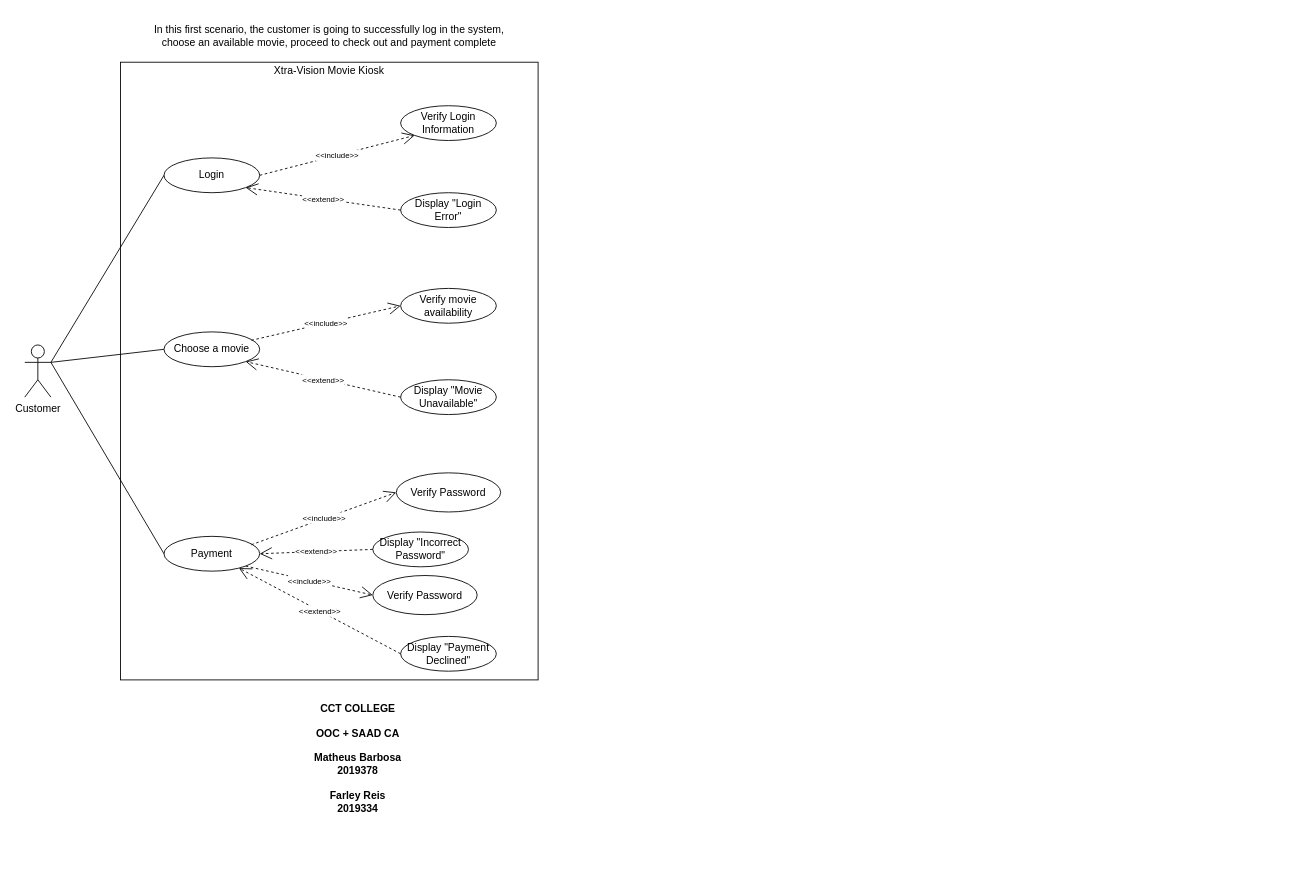
Before: Xtra-Vision Use Case Scenarios.drawio in farleyreis/Xtra-Vision, a draw.io diagram. Source tidied: cells renumbered, new cells numbered last; positions are measured from the earlier drawing's top-left corner, leaving out a move shared by most shapes. Both pictures are drawn from the tidied source at 87%, with x=0, y=0 at pixel (24, 27).
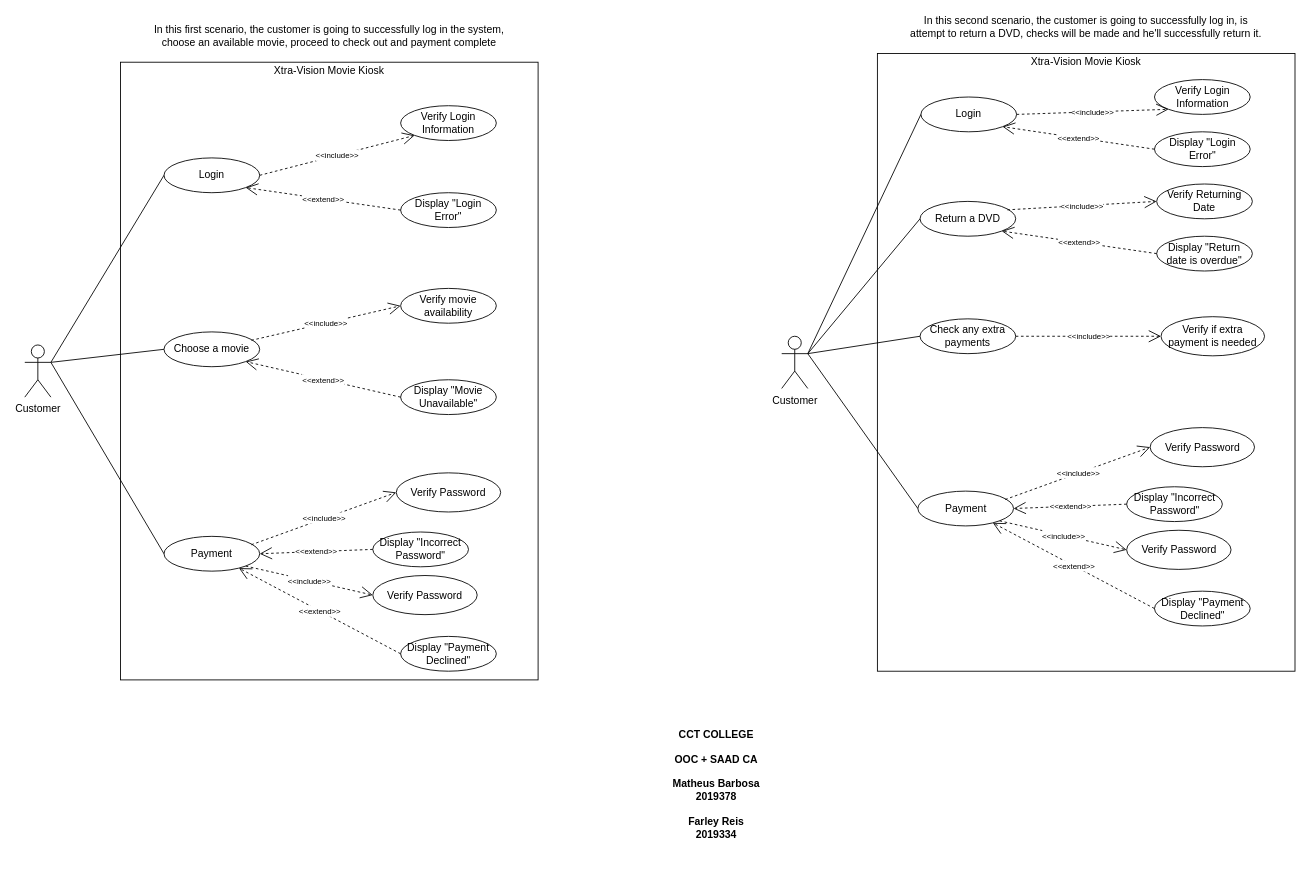
After the change.

Commit message:
SECOND Xtra-Vision Use Case Scenarios

What changed in the source:
```diff
@@
     <mxCell id="18" value="&lt;b&gt;CCT COLLEGE&lt;/b&gt;&lt;br&gt;&lt;br&gt;&lt;b&gt;OOC + SAAD CA&lt;/b&gt;&lt;br&gt;&lt;br&gt;&lt;b&gt;Matheus Barbosa 2019378&lt;/b&gt;&lt;br&gt;&lt;br&gt;&lt;b&gt;Farley Reis &lt;br&gt;2019334&lt;/b&gt;" style="text;html=1;strokeColor=none;fillColor=none;align=center;verticalAlign=middle;whiteSpace=wrap;rounded=0;" parent="1" vertex="1">
-      <mxGeometry x="308" y="730" width="150" height="220" as="geometry" />
+      <mxGeometry x="720" y="760" width="150" height="220" as="geometry" />
     </mxCell>
@@
+    <mxCell id="29" value="Customer" style="shape=umlActor;verticalLabelPosition=bottom;verticalAlign=top;html=1;" parent="1" vertex="1">
+      <mxGeometry x="870" y="355" width="30" height="60" as="geometry" />
+    </mxCell>
+    <mxCell id="30" style="html=1;" parent="1" vertex="1">
+      <mxGeometry x="980" y="30" width="480" height="710" as="geometry" />
+    </mxCell>
+    <mxCell id="31" value="Xtra-Vision Movie Kiosk" style="text;html=1;strokeColor=none;fillColor=none;align=center;verticalAlign=middle;whiteSpace=wrap;rounded=0;" parent="1" vertex="1">
+      <mxGeometry x="1150" y="30" width="140" height="20" as="geometry" />
+    </mxCell>
+    <mxCell id="32" value="Login" style="ellipse;whiteSpace=wrap;html=1;" parent="1" vertex="1">
+      <mxGeometry x="1030" y="80" width="110" height="40" as="geometry" />
+    </mxCell>
+    <mxCell id="33" style="endArrow=none;html=1;exitX=1;exitY=0.3333333333333333;exitDx=0;exitDy=0;exitPerimeter=0;entryX=0;entryY=0.5;entryDx=0;entryDy=0;" parent="1" edge="1" source="29" target="32">
+      <mxGeometry relative="1" as="geometry" />
+    </mxCell>
+    <mxCell id="34" value="In this second scenario, the customer is going to successfully log in, is attempt to return a DVD, checks will be made and he'll successfully return it." style="text;html=1;strokeColor=none;fillColor=none;align=center;verticalAlign=middle;whiteSpace=wrap;rounded=0;" parent="1" vertex="1">
+      <mxGeometry x="1015" y="-10" width="410" height="20" as="geometry" />
+    </mxCell>
+    <mxCell id="35" value="Display &quot;Login Error&quot;" style="ellipse;whiteSpace=wrap;html=1;" parent="1" vertex="1">
+      <mxGeometry x="1298.5" y="120" width="110" height="40" as="geometry" />
+    </mxCell>
+    <mxCell id="36" value="Verify Login Information" style="ellipse;whiteSpace=wrap;html=1;" parent="1" vertex="1">
+      <mxGeometry x="1298.5" y="60" width="110" height="40" as="geometry" />
+    </mxCell>
+    <mxCell id="37" value="&lt;font style=&quot;font-size: 9px&quot;&gt;&amp;lt;&amp;lt;include&amp;gt;&amp;gt;&lt;/font&gt;" style="endArrow=open;endSize=12;dashed=1;html=1;exitX=1;exitY=0.5;exitDx=0;exitDy=0;entryX=0;entryY=1;entryDx=0;entryDy=0;" parent="1" edge="1" source="32" target="36">
+      <mxGeometry relative="1" as="geometry" />
+    </mxCell>
+    <mxCell id="38" value="&lt;font style=&quot;font-size: 9px&quot;&gt;&amp;lt;&amp;lt;extend&amp;gt;&amp;gt;&lt;/font&gt;" style="endArrow=open;endSize=12;dashed=1;html=1;exitX=0;exitY=0.5;exitDx=0;exitDy=0;entryX=1;entryY=1;entryDx=0;entryDy=0;" parent="1" edge="1" source="35" target="32">
+      <mxGeometry relative="1" as="geometry" />
+    </mxCell>
+    <mxCell id="39" value="Return a DVD" style="ellipse;whiteSpace=wrap;html=1;" parent="1" vertex="1">
+      <mxGeometry x="1029" y="200" width="110" height="40" as="geometry" />
+    </mxCell>
+    <mxCell id="40" value="Verify Returning Date" style="ellipse;whiteSpace=wrap;html=1;" parent="1" vertex="1">
+      <mxGeometry x="1301" y="180" width="110" height="40" as="geometry" />
+    </mxCell>
+    <mxCell id="41" value="&lt;font style=&quot;font-size: 9px&quot;&gt;&amp;lt;&amp;lt;include&amp;gt;&amp;gt;&lt;/font&gt;" style="endArrow=open;endSize=12;dashed=1;html=1;exitX=0.912;exitY=0.242;exitDx=0;exitDy=0;entryX=0;entryY=0.5;entryDx=0;entryDy=0;exitPerimeter=0;" parent="1" edge="1" source="39" target="40">
+      <mxGeometry relative="1" as="geometry" />
+    </mxCell>
+    <mxCell id="42" value="Display &quot;Return date is overdue&quot;" style="ellipse;whiteSpace=wrap;html=1;" parent="1" vertex="1">
+      <mxGeometry x="1301" y="240" width="110" height="40" as="geometry" />
+    </mxCell>
+    <mxCell id="43" value="&lt;font style=&quot;font-size: 9px&quot;&gt;&amp;lt;&amp;lt;extend&amp;gt;&amp;gt;&lt;/font&gt;" style="endArrow=open;endSize=12;dashed=1;html=1;exitX=0;exitY=0.5;exitDx=0;exitDy=0;entryX=1;entryY=1;entryDx=0;entryDy=0;" parent="1" edge="1" source="42" target="39">
+      <mxGeometry relative="1" as="geometry" />
+    </mxCell>
+    <mxCell id="44" style="endArrow=none;html=1;exitX=1;exitY=0.3333333333333333;exitDx=0;exitDy=0;exitPerimeter=0;entryX=0;entryY=0.5;entryDx=0;entryDy=0;" parent="1" edge="1" source="29" target="39">
+      <mxGeometry relative="1" as="geometry" />
+    </mxCell>
+    <mxCell id="45" value="Payment" style="ellipse;whiteSpace=wrap;html=1;" parent="1" vertex="1">
+      <mxGeometry x="1026.5" y="533" width="110" height="40" as="geometry" />
+    </mxCell>
+    <mxCell id="46" value="Verify Password" style="ellipse;whiteSpace=wrap;html=1;" parent="1" vertex="1">
+      <mxGeometry x="1293.5" y="460" width="120" height="45" as="geometry" />
+    </mxCell>
+    <mxCell id="47" value="&lt;font style=&quot;font-size: 9px&quot;&gt;&amp;lt;&amp;lt;include&amp;gt;&amp;gt;&lt;/font&gt;" style="endArrow=open;endSize=12;dashed=1;html=1;exitX=0.912;exitY=0.242;exitDx=0;exitDy=0;entryX=0;entryY=0.5;entryDx=0;entryDy=0;exitPerimeter=0;" parent="1" edge="1" source="45" target="46">
+      <mxGeometry relative="1" as="geometry" />
+    </mxCell>
+    <mxCell id="48" value="Display &quot;Payment Declined&quot;" style="ellipse;whiteSpace=wrap;html=1;" parent="1" vertex="1">
+      <mxGeometry x="1298.5" y="648" width="110" height="40" as="geometry" />
+    </mxCell>
+    <mxCell id="49" value="&lt;font style=&quot;font-size: 9px&quot;&gt;&amp;lt;&amp;lt;extend&amp;gt;&amp;gt;&lt;/font&gt;" style="endArrow=open;endSize=12;dashed=1;html=1;exitX=0;exitY=0.5;exitDx=0;exitDy=0;" parent="1" edge="1" source="48" target="45">
+      <mxGeometry relative="1" as="geometry" />
+    </mxCell>
+    <mxCell id="50" value="Verify Password" style="ellipse;whiteSpace=wrap;html=1;" parent="1" vertex="1">
+      <mxGeometry x="1266.5" y="578" width="120" height="45" as="geometry" />
+    </mxCell>
+    <mxCell id="51" value="Display &quot;Incorrect&lt;br&gt;Password&quot;" style="ellipse;whiteSpace=wrap;html=1;" parent="1" vertex="1">
+      <mxGeometry x="1266.5" y="528" width="110" height="40" as="geometry" />
+    </mxCell>
+    <mxCell id="52" value="&lt;font style=&quot;font-size: 9px&quot;&gt;&amp;lt;&amp;lt;extend&amp;gt;&amp;gt;&lt;/font&gt;" style="endArrow=open;endSize=12;dashed=1;html=1;exitX=0;exitY=0.5;exitDx=0;exitDy=0;entryX=1;entryY=0.5;entryDx=0;entryDy=0;" parent="1" edge="1" source="51" target="45">
+      <mxGeometry relative="1" as="geometry" />
+    </mxCell>
+    <mxCell id="53" value="&lt;font style=&quot;font-size: 9px&quot;&gt;&amp;lt;&amp;lt;include&amp;gt;&amp;gt;&lt;/font&gt;" style="endArrow=open;endSize=12;dashed=1;html=1;entryX=0;entryY=0.5;entryDx=0;entryDy=0;exitX=1;exitY=1;exitDx=0;exitDy=0;" parent="1" edge="1" source="45" target="50">
+      <mxGeometry relative="1" as="geometry" />
+    </mxCell>
+    <mxCell id="54" style="endArrow=none;html=1;exitX=1;exitY=0.3333333333333333;exitDx=0;exitDy=0;exitPerimeter=0;entryX=0;entryY=0.5;entryDx=0;entryDy=0;" parent="1" edge="1" source="29" target="45">
+      <mxGeometry relative="1" as="geometry" />
+    </mxCell>
+    <mxCell id="55" value="Check any extra payments" style="ellipse;whiteSpace=wrap;html=1;" parent="1" vertex="1">
+      <mxGeometry x="1029" y="335" width="110" height="40" as="geometry" />
+    </mxCell>
+    <mxCell id="56" value="Verify if extra payment is needed" style="ellipse;whiteSpace=wrap;html=1;" parent="1" vertex="1">
+      <mxGeometry x="1306" y="332.5" width="119" height="45" as="geometry" />
+    </mxCell>
+    <mxCell id="57" value="&lt;font style=&quot;font-size: 9px&quot;&gt;&amp;lt;&amp;lt;include&amp;gt;&amp;gt;&lt;/font&gt;" style="endArrow=open;endSize=12;dashed=1;html=1;exitX=1;exitY=0.5;exitDx=0;exitDy=0;entryX=0;entryY=0.5;entryDx=0;entryDy=0;" parent="1" edge="1" source="55" target="56">
+      <mxGeometry relative="1" as="geometry" />
+    </mxCell>
+    <mxCell id="58" style="endArrow=none;html=1;exitX=1;exitY=0.3333333333333333;exitDx=0;exitDy=0;exitPerimeter=0;entryX=0;entryY=0.5;entryDx=0;entryDy=0;" parent="1" edge="1" source="29" target="55">
+      <mxGeometry relative="1" as="geometry" />
+    </mxCell>
```
